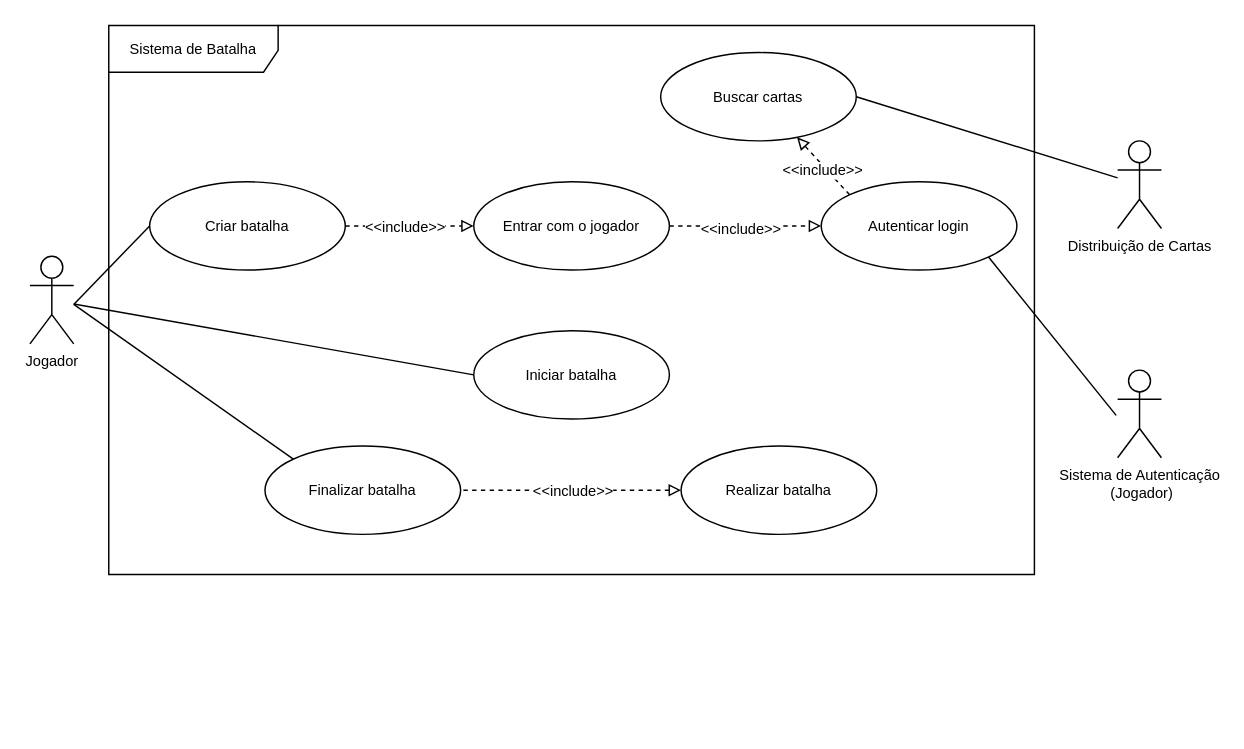
Inatel-S03-20261/tema-08 keeps this draw.io diagram as docs/uml/use-case-diagram.drawio. Above is the earlier version. Source tidied: cells renumbered, new cells numbered last; positions are measured from the earlier drawing's top-left corner, leaving out a move shared by most shapes. Both pictures are drawn from the tidied source at 146%, with x=0, y=0 at pixel (29, 25).
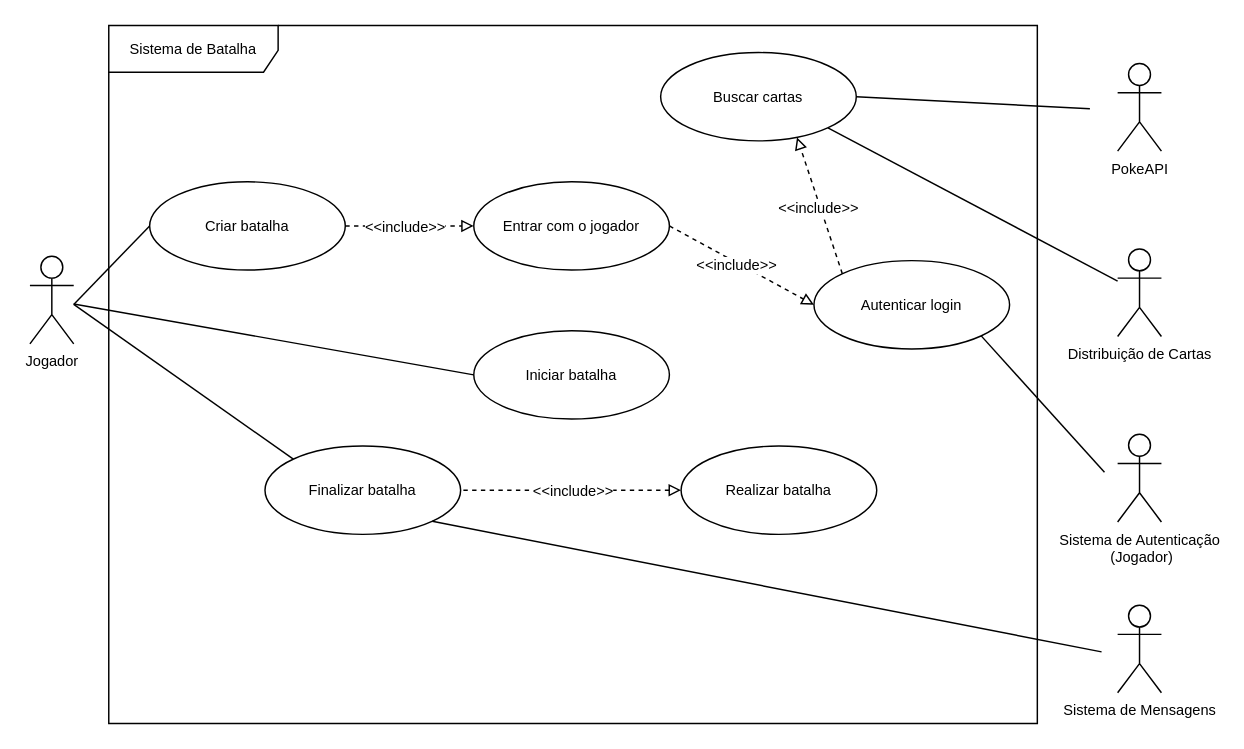
Above is the later version.

Commit message (it also covers changes not shown here):
docs: update use case diagram and added diagram png

The change refers to these unchanged cells:
```xml
<mxCell id="18" value="Buscar cartas" style="ellipse;whiteSpace=wrap;html=1;fontFamily=Helvetica;fontSize=10;fontColor=default;labelBackgroundColor=default;" parent="1" vertex="1">
  <mxGeometry x="432" y="18.5" width="134" height="60.5" as="geometry" />
</mxCell>
<mxCell id="22" value="Finalizar batalha" style="ellipse;whiteSpace=wrap;html=1;fontFamily=Helvetica;fontSize=10;fontColor=default;labelBackgroundColor=default;" parent="1" vertex="1">
  <mxGeometry x="161" y="288" width="134" height="60.5" as="geometry" />
</mxCell>
```

Change to the diagram source:
```diff
@@
     <mxCell id="3" value="Sistema de Batalha" style="shape=umlFrame;whiteSpace=wrap;html=1;fontFamily=Helvetica;fontSize=10;fontColor=default;labelBackgroundColor=default;width=116;height=32;" parent="1" vertex="1">
-      <mxGeometry x="54" width="634" height="376" as="geometry" />
+      <mxGeometry x="54" width="636" height="478" as="geometry" />
     </mxCell>
     <mxCell id="4" value="Distribuição de Cartas" style="shape=umlActor;verticalLabelPosition=bottom;verticalAlign=top;html=1;fontSize=10;" parent="1" vertex="1">
-      <mxGeometry x="745" y="79" width="30" height="60" as="geometry" />
+      <mxGeometry x="745" y="153" width="30" height="60" as="geometry" />
     </mxCell>
     <mxCell id="5" value="Sistema de Autenticação&lt;br&gt;&amp;nbsp;(Jogador)" style="shape=umlActor;verticalLabelPosition=bottom;verticalAlign=top;html=1;fontSize=10;" parent="1" vertex="1">
-      <mxGeometry x="745" y="236" width="30" height="60" as="geometry" />
+      <mxGeometry x="745" y="280" width="30" height="60" as="geometry" />
     </mxCell>
@@
     <mxCell id="13" style="edgeStyle=none;shape=connector;rounded=0;jettySize=auto;html=1;exitX=1;exitY=1;exitDx=0;exitDy=0;strokeColor=default;align=center;verticalAlign=middle;fontFamily=Helvetica;fontSize=10;fontColor=default;labelBackgroundColor=default;startFill=0;endArrow=none;" parent="1" edge="1" source="16">
       <mxGeometry relative="1" as="geometry">
-        <mxPoint x="744" y="267" as="targetPoint" />
+        <mxPoint x="736" y="306" as="targetPoint" />
       </mxGeometry>
     </mxCell>
@@
     <mxCell id="16" value="Autenticar login" style="ellipse;whiteSpace=wrap;html=1;fontFamily=Helvetica;fontSize=10;fontColor=default;labelBackgroundColor=default;" parent="1" vertex="1">
-      <mxGeometry x="542" y="107" width="134" height="60.5" as="geometry" />
+      <mxGeometry x="537" y="161" width="134" height="60.5" as="geometry" />
     </mxCell>
-    <mxCell id="17" style="edgeStyle=none;shape=connector;rounded=0;jettySize=auto;html=1;exitX=1;exitY=0.5;exitDx=0;exitDy=0;strokeColor=default;align=center;verticalAlign=middle;fontFamily=Helvetica;fontSize=10;fontColor=default;labelBackgroundColor=default;startFill=0;endArrow=none;" parent="1" edge="1" source="18" target="4">
+    <mxCell id="17" style="edgeStyle=none;shape=connector;rounded=0;jettySize=auto;html=1;exitX=1;exitY=1;exitDx=0;exitDy=0;strokeColor=default;align=center;verticalAlign=middle;fontFamily=Helvetica;fontSize=10;fontColor=default;labelBackgroundColor=default;startFill=0;endArrow=none;" parent="1" edge="1" source="18" target="4">
       <mxGeometry relative="1" as="geometry" />
     </mxCell>
+    <mxCell id="26" style="rounded=0;jettySize=auto;html=1;exitX=1;exitY=0.5;exitDx=0;exitDy=0;endArrow=none;endFill=0;" parent="1" edge="1" source="18">
+      <mxGeometry relative="1" as="geometry">
+        <mxPoint x="726" y="57" as="targetPoint" />
+      </mxGeometry>
+    </mxCell>
@@
+    <mxCell id="27" value="Sistema de Mensagens" style="shape=umlActor;verticalLabelPosition=bottom;verticalAlign=top;html=1;fontSize=10;" parent="1" vertex="1">
+      <mxGeometry x="745" y="397" width="30" height="60" as="geometry" />
+    </mxCell>
+    <mxCell id="28" style="rounded=0;jettySize=auto;html=1;exitX=1;exitY=1;exitDx=0;exitDy=0;endArrow=none;endFill=0;" parent="1" edge="1" source="22">
+      <mxGeometry relative="1" as="geometry">
+        <mxPoint x="734" y="429" as="targetPoint" />
+      </mxGeometry>
+    </mxCell>
+    <mxCell id="29" value="PokeAPI" style="shape=umlActor;verticalLabelPosition=bottom;verticalAlign=top;html=1;fontSize=10;" parent="1" vertex="1">
+      <mxGeometry x="745" y="26" width="30" height="60" as="geometry" />
+    </mxCell>
```
